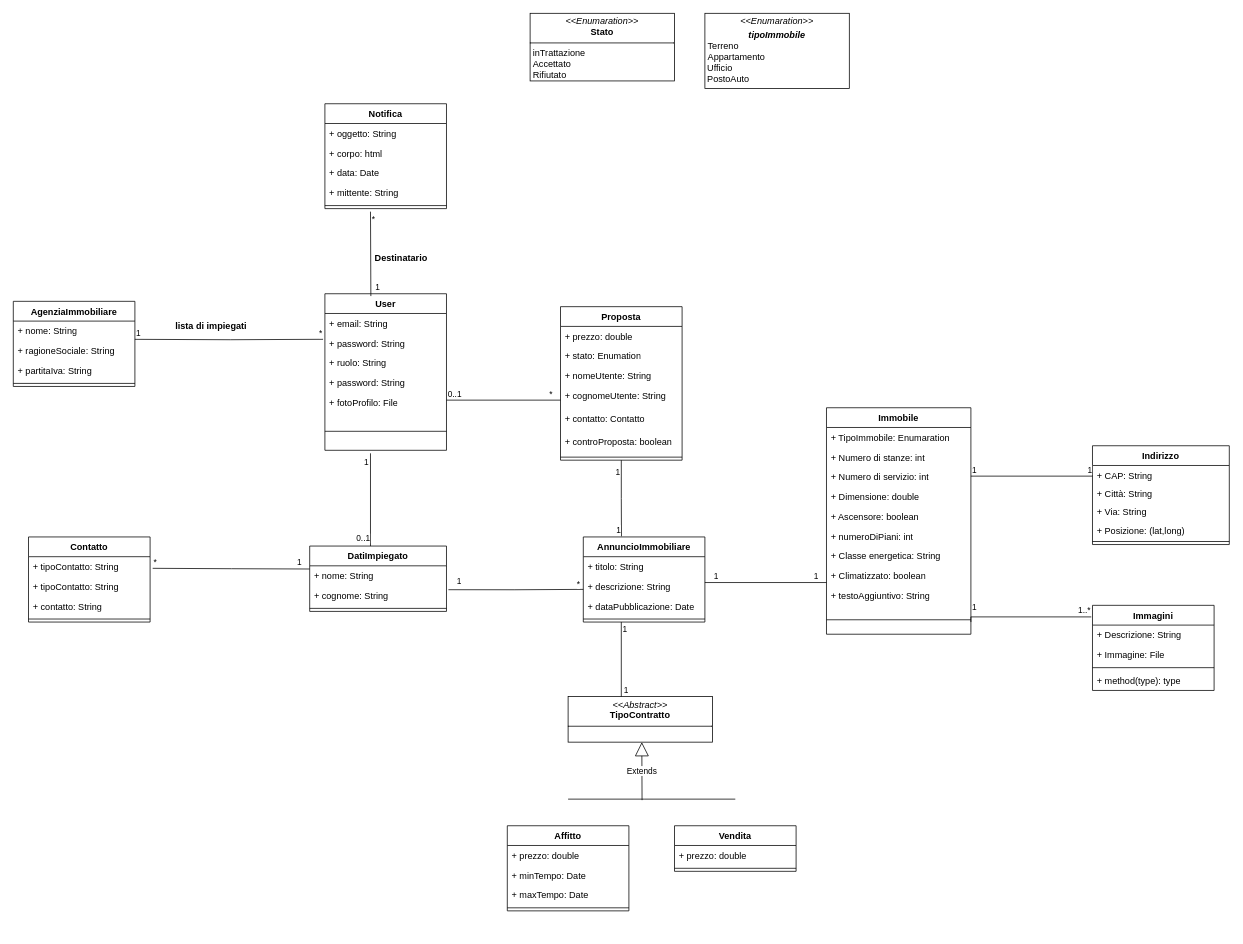
The draw.io diagram diagrammi/diagramma delle classi.drawio in Sperob98/Documentazione-DietiEstates25, before the edit. Source tidied: cells renumbered, new cells numbered last; positions are measured from the earlier drawing's top-left corner, leaving out a move shared by most shapes. Both pictures are drawn from the tidied source at 76%, with x=0, y=0 at pixel (13, 13).
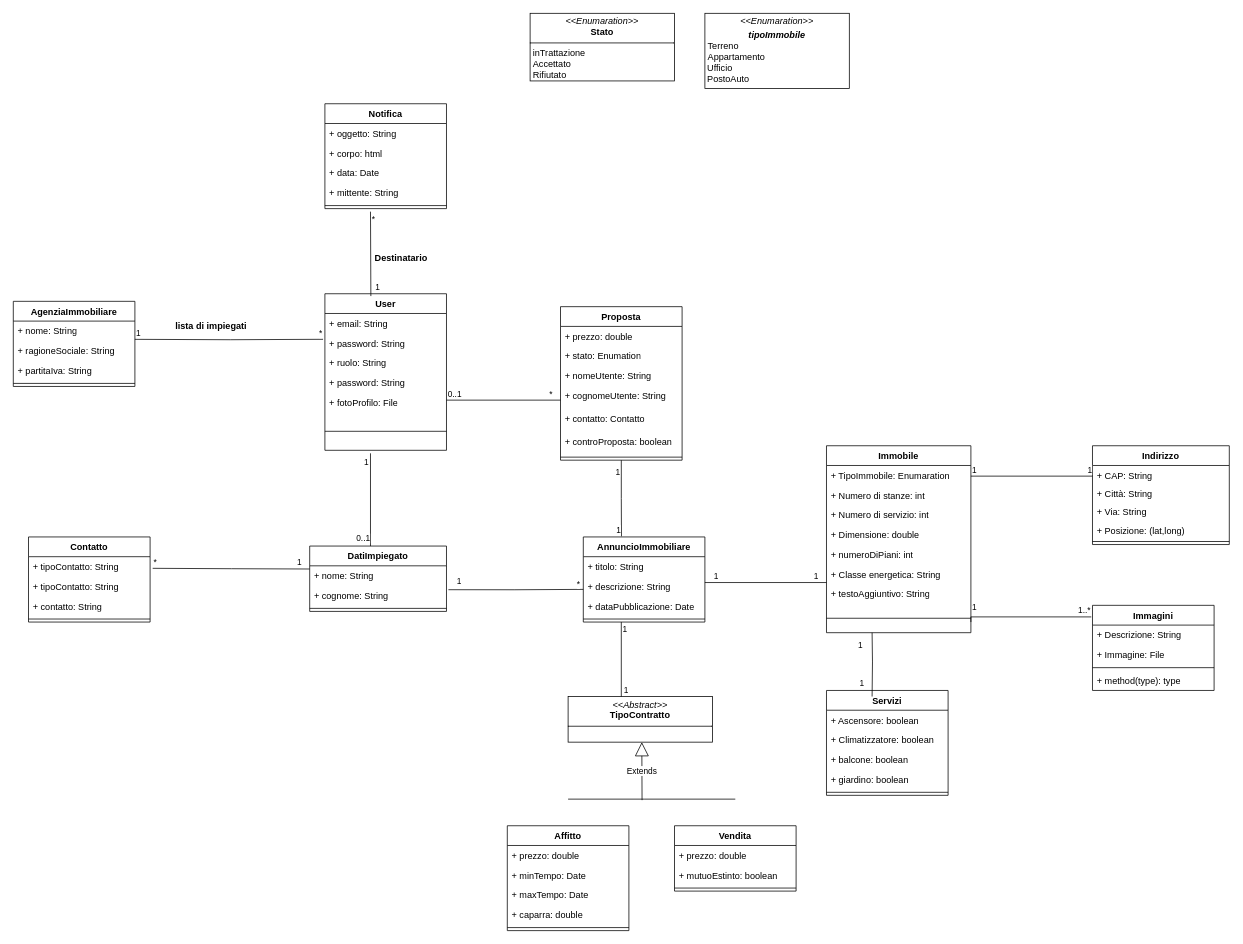
After the change.

Change to the diagram source:
```diff
@@
     <mxCell id="2" value="Immobile" style="swimlane;fontStyle=1;align=center;verticalAlign=top;horizontal=1;startSize=26;whiteSpace=wrap;html=1;" parent="1" vertex="1">
-      <mxGeometry x="1070" y="519" width="190" height="298" as="geometry" />
+      <mxGeometry x="1070" y="569" width="190" height="246" as="geometry" />
     </mxCell>
@@
-    <mxCell id="7" value="+ Ascensore: boolean&lt;div&gt;&lt;br&gt;&lt;/div&gt;" style="text;strokeColor=none;fillColor=none;align=left;verticalAlign=top;spacingLeft=4;spacingRight=4;overflow=hidden;whiteSpace=wrap;html=1;" parent="2" vertex="1">
-      <mxGeometry y="130" width="190" height="26" as="geometry" />
-    </mxCell>
     <mxCell id="8" value="+ numeroDiPiani: int&lt;div&gt;&lt;br&gt;&lt;/div&gt;" style="text;strokeColor=none;fillColor=none;align=left;verticalAlign=top;spacingLeft=4;spacingRight=4;overflow=hidden;whiteSpace=wrap;html=1;" parent="2" vertex="1">
-      <mxGeometry y="156" width="190" height="26" as="geometry" />
+      <mxGeometry y="130" width="190" height="26" as="geometry" />
     </mxCell>
     <mxCell id="9" value="+ Classe energetica: String&lt;div&gt;&lt;br&gt;&lt;/div&gt;" style="text;strokeColor=none;fillColor=none;align=left;verticalAlign=top;spacingLeft=4;spacingRight=4;overflow=hidden;whiteSpace=wrap;html=1;" parent="2" vertex="1">
-      <mxGeometry y="182" width="190" height="26" as="geometry" />
+      <mxGeometry y="156" width="190" height="26" as="geometry" />
     </mxCell>
-    <mxCell id="10" value="+ Climatizzato: boolean&lt;div&gt;&lt;br&gt;&lt;/div&gt;" style="text;strokeColor=none;fillColor=none;align=left;verticalAlign=top;spacingLeft=4;spacingRight=4;overflow=hidden;whiteSpace=wrap;html=1;" parent="2" vertex="1">
-      <mxGeometry y="208" width="190" height="26" as="geometry" />
-    </mxCell>
     <mxCell id="11" value="+ testoAggiuntivo: String&lt;div&gt;&lt;br&gt;&lt;/div&gt;" style="text;strokeColor=none;fillColor=none;align=left;verticalAlign=top;spacingLeft=4;spacingRight=4;overflow=hidden;whiteSpace=wrap;html=1;" parent="2" vertex="1">
-      <mxGeometry y="234" width="190" height="26" as="geometry" />
+      <mxGeometry y="182" width="190" height="26" as="geometry" />
     </mxCell>
     <mxCell id="12" style="line;strokeWidth=1;fillColor=none;align=left;verticalAlign=middle;spacingTop=-1;spacingLeft=3;spacingRight=3;labelPosition=right;strokeColor=inherit;" parent="2" vertex="1">
-      <mxGeometry y="260" width="190" height="38" as="geometry" />
+      <mxGeometry y="208" width="190" height="38" as="geometry" />
     </mxCell>
@@
     <mxCell id="27" value="Affitto" style="swimlane;fontStyle=1;align=center;verticalAlign=top;horizontal=1;startSize=26;whiteSpace=wrap;html=1;" parent="1" vertex="1">
-      <mxGeometry x="650" y="1069" width="160" height="112" as="geometry" />
+      <mxGeometry x="650" y="1069" width="160" height="138" as="geometry" />
     </mxCell>
@@
+    <mxCell id="113" value="+ caparra: double" style="text;strokeColor=none;fillColor=none;align=left;verticalAlign=top;spacingLeft=4;spacingRight=4;overflow=hidden;whiteSpace=wrap;html=1;" parent="27" vertex="1">
+      <mxGeometry y="104" width="160" height="26" as="geometry" />
+    </mxCell>
     <mxCell id="31" style="line;strokeWidth=1;fillColor=none;align=left;verticalAlign=middle;spacingTop=-1;spacingLeft=3;spacingRight=3;labelPosition=right;strokeColor=inherit;" parent="27" vertex="1">
-      <mxGeometry y="104" width="160" height="8" as="geometry" />
+      <mxGeometry y="130" width="160" height="8" as="geometry" />
     </mxCell>
     <mxCell id="32" value="Vendita" style="swimlane;fontStyle=1;align=center;verticalAlign=top;horizontal=1;startSize=26;whiteSpace=wrap;html=1;" parent="1" vertex="1">
-      <mxGeometry x="870" y="1069" width="160" height="60" as="geometry" />
+      <mxGeometry x="870" y="1069" width="160" height="86" as="geometry" />
     </mxCell>
@@
+    <mxCell id="114" value="+ mutuoEstinto: boolean" style="text;strokeColor=none;fillColor=none;align=left;verticalAlign=top;spacingLeft=4;spacingRight=4;overflow=hidden;whiteSpace=wrap;html=1;" parent="32" vertex="1">
+      <mxGeometry y="52" width="160" height="26" as="geometry" />
+    </mxCell>
     <mxCell id="34" style="line;strokeWidth=1;fillColor=none;align=left;verticalAlign=middle;spacingTop=-1;spacingLeft=3;spacingRight=3;labelPosition=right;strokeColor=inherit;" parent="32" vertex="1">
-      <mxGeometry y="52" width="160" height="8" as="geometry" />
+      <mxGeometry y="78" width="160" height="8" as="geometry" />
     </mxCell>
@@
+    <mxCell id="115" value="Servizi" style="swimlane;fontStyle=1;align=center;verticalAlign=top;horizontal=1;startSize=26;whiteSpace=wrap;html=1;" parent="1" vertex="1">
+      <mxGeometry x="1070" y="891" width="160" height="138" as="geometry" />
+    </mxCell>
+    <mxCell id="7" value="+ Ascensore: boolean" style="text;strokeColor=none;fillColor=none;align=left;verticalAlign=top;spacingLeft=4;spacingRight=4;overflow=hidden;whiteSpace=wrap;html=1;" parent="115" vertex="1">
+      <mxGeometry y="26" width="160" height="26" as="geometry" />
+    </mxCell>
+    <mxCell id="116" value="+ Climatizzatore: boolean" style="text;strokeColor=none;fillColor=none;align=left;verticalAlign=top;spacingLeft=4;spacingRight=4;overflow=hidden;whiteSpace=wrap;html=1;" parent="115" vertex="1">
+      <mxGeometry y="52" width="160" height="26" as="geometry" />
+    </mxCell>
+    <mxCell id="117" value="+ balcone: boolean" style="text;strokeColor=none;fillColor=none;align=left;verticalAlign=top;spacingLeft=4;spacingRight=4;overflow=hidden;whiteSpace=wrap;html=1;" parent="115" vertex="1">
+      <mxGeometry y="78" width="160" height="26" as="geometry" />
+    </mxCell>
+    <mxCell id="118" value="+ giardino: boolean" style="text;strokeColor=none;fillColor=none;align=left;verticalAlign=top;spacingLeft=4;spacingRight=4;overflow=hidden;whiteSpace=wrap;html=1;" parent="115" vertex="1">
+      <mxGeometry y="104" width="160" height="26" as="geometry" />
+    </mxCell>
+    <mxCell id="119" style="line;strokeWidth=1;fillColor=none;align=left;verticalAlign=middle;spacingTop=-1;spacingLeft=3;spacingRight=3;labelPosition=right;strokeColor=inherit;" parent="115" vertex="1">
+      <mxGeometry y="130" width="160" height="8" as="geometry" />
+    </mxCell>
+    <mxCell id="120" style="endArrow=none;html=1;edgeStyle=orthogonalEdgeStyle;rounded=0;entryX=0.375;entryY=0.058;entryDx=0;entryDy=0;entryPerimeter=0;" parent="1" edge="1" target="115">
+      <mxGeometry relative="1" as="geometry">
+        <mxPoint x="1130" y="815" as="sourcePoint" />
+      </mxGeometry>
+    </mxCell>
+    <mxCell id="121" value="1" style="edgeLabel;html=1;align=left;verticalAlign=bottom;" parent="120" vertex="1">
+      <mxGeometry x="-1" relative="1" as="geometry">
+        <mxPoint x="-20" y="24" as="offset" />
+      </mxGeometry>
+    </mxCell>
+    <mxCell id="122" value="1" style="edgeLabel;html=1;align=right;verticalAlign=bottom;" parent="120" vertex="1">
+      <mxGeometry x="1" relative="1" as="geometry">
+        <mxPoint x="-10" y="-10" as="offset" />
+      </mxGeometry>
+    </mxCell>
```
